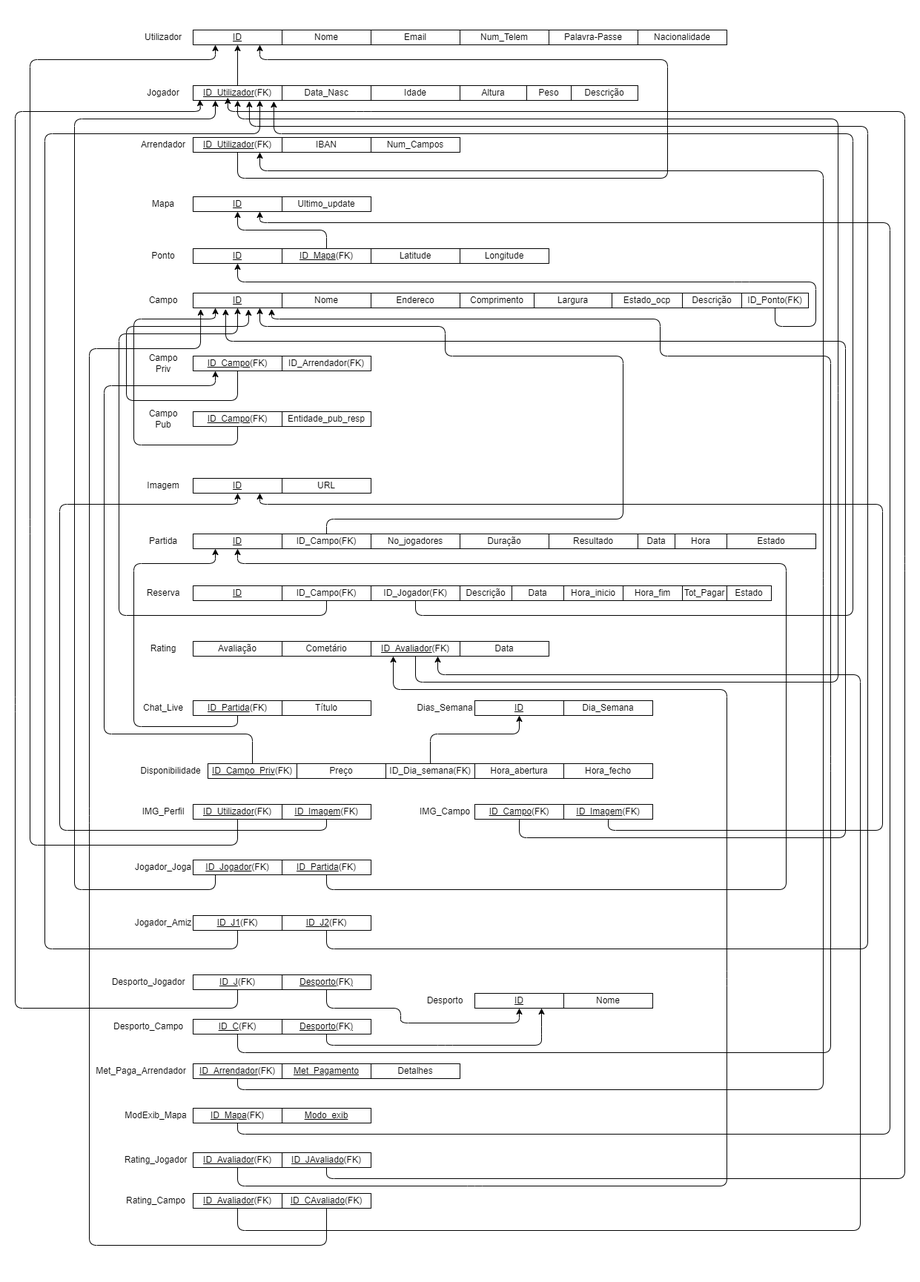
Above: DOC/ER_SL.png in Paul-Y5/Projeto_SPORTSLINK-BD (draw.io), before the change. Source tidied: cells renumbered, new cells last; positions are measured from the earlier drawing's top-left corner, leaving out a move shared by most shapes.
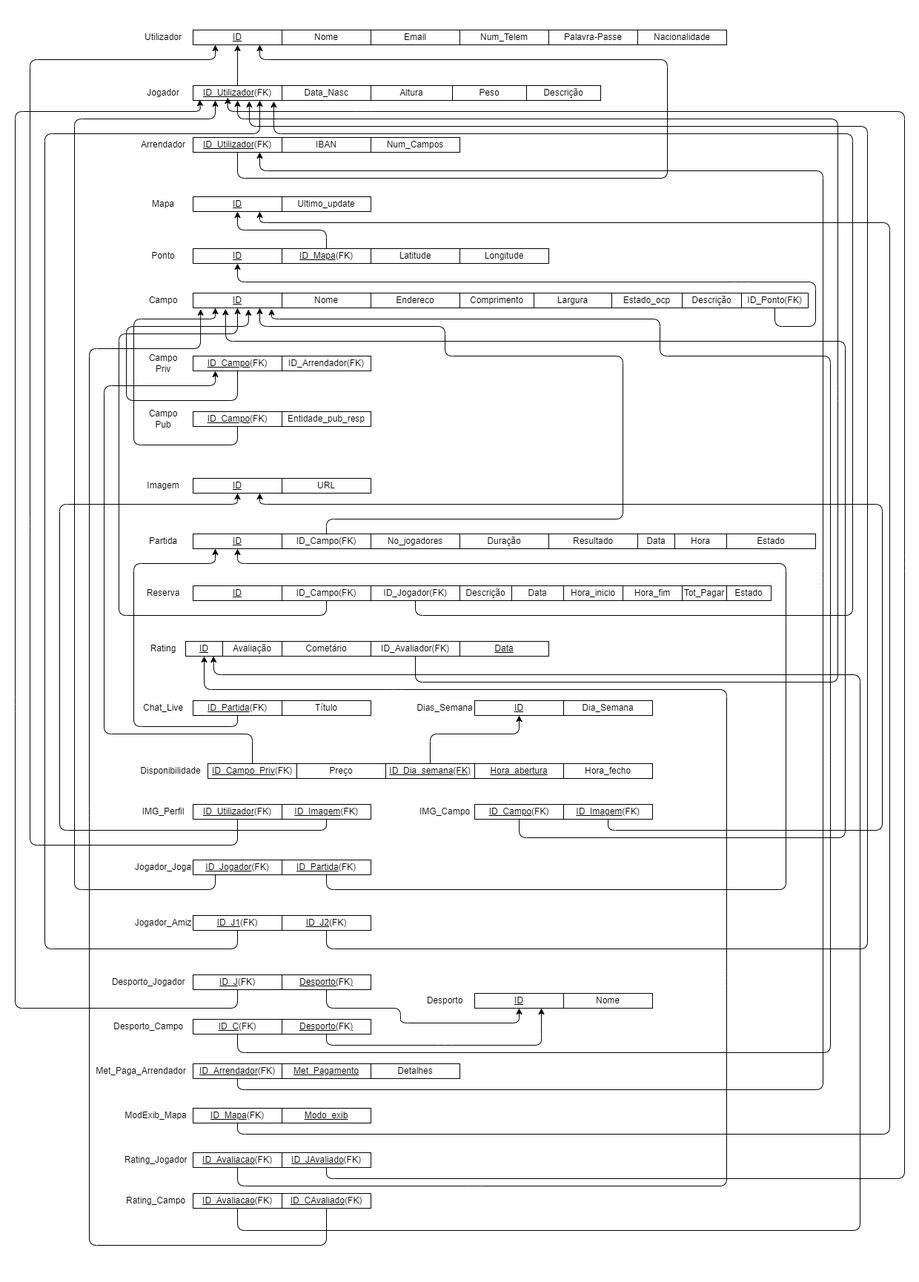
The same diagram one commit later.

The edit, as a diff of the source:
```diff
@@ -32,11 +32,8 @@
     <mxCell id="11" value="&lt;u&gt;ID_Utilizador&lt;/u&gt;(FK)" style="rounded=0;whiteSpace=wrap;html=1;" parent="1" vertex="1">
       <mxGeometry x="260" y="115" width="120" height="20" as="geometry" />
     </mxCell>
-    <mxCell id="12" value="Idade" style="rounded=0;whiteSpace=wrap;html=1;" parent="1" vertex="1">
-      <mxGeometry x="500" y="115" width="120" height="20" as="geometry" />
-    </mxCell>
     <mxCell id="13" value="Descrição" style="rounded=0;whiteSpace=wrap;html=1;" parent="1" vertex="1">
-      <mxGeometry x="770" y="115" width="90" height="20" as="geometry" />
+      <mxGeometry x="710" y="115" width="100" height="20" as="geometry" />
     </mxCell>
     <mxCell id="14" value="Jogador" style="text;html=1;align=center;verticalAlign=middle;whiteSpace=wrap;rounded=0;" parent="1" vertex="1">
       <mxGeometry x="190" y="110" width="60" height="30" as="geometry" />
@@ -177,14 +174,14 @@
     <mxCell id="47" value="Data" style="rounded=0;whiteSpace=wrap;html=1;" parent="1" vertex="1">
       <mxGeometry x="690" y="790" width="70" height="20" as="geometry" />
     </mxCell>
-    <mxCell id="48" value="Hora_abertura" style="rounded=0;whiteSpace=wrap;html=1;" parent="1" vertex="1">
+    <mxCell id="48" value="&lt;u&gt;Hora_abertura&lt;/u&gt;" style="rounded=0;whiteSpace=wrap;html=1;" parent="1" vertex="1">
       <mxGeometry x="640" y="1030" width="120" height="20" as="geometry" />
     </mxCell>
     <mxCell id="49" value="Reserva" style="text;html=1;align=center;verticalAlign=middle;whiteSpace=wrap;rounded=0;" parent="1" vertex="1">
       <mxGeometry x="190" y="785" width="60" height="30" as="geometry" />
     </mxCell>
     <mxCell id="50" value="Avaliação" style="rounded=0;whiteSpace=wrap;html=1;" parent="1" vertex="1">
-      <mxGeometry x="260" y="865" width="120" height="20" as="geometry" />
+      <mxGeometry x="300" y="865" width="80" height="20" as="geometry" />
     </mxCell>
     <mxCell id="51" value="Cometário" style="rounded=0;whiteSpace=wrap;html=1;" parent="1" vertex="1">
       <mxGeometry x="380" y="865" width="120" height="20" as="geometry" />
@@ -470,10 +467,10 @@
         </Array>
       </mxGeometry>
     </mxCell>
-    <mxCell id="110" value="&lt;u&gt;ID_Avaliador&lt;/u&gt;(FK)" style="rounded=0;whiteSpace=wrap;html=1;" parent="1" vertex="1">
+    <mxCell id="110" value="ID_Avaliador(FK)" style="rounded=0;whiteSpace=wrap;html=1;" parent="1" vertex="1">
       <mxGeometry x="500" y="865" width="120" height="20" as="geometry" />
     </mxCell>
-    <mxCell id="111" style="edgeStyle=none;html=1;exitX=0.5;exitY=1;exitDx=0;exitDy=0;entryX=0.25;entryY=1;entryDx=0;entryDy=0;" parent="1" edge="1" source="112" target="110">
+    <mxCell id="111" style="edgeStyle=none;html=1;exitX=0.5;exitY=1;exitDx=0;exitDy=0;entryX=0.5;entryY=1;entryDx=0;entryDy=0;" parent="1" edge="1" source="112" target="151">
       <mxGeometry relative="1" as="geometry">
         <Array as="points">
           <mxPoint x="320" y="1600" />
@@ -482,10 +479,11 @@
           <mxPoint x="980" y="1320" />
           <mxPoint x="980" y="930" />
           <mxPoint x="530" y="930" />
+          <mxPoint x="275" y="930" />
         </Array>
       </mxGeometry>
     </mxCell>
-    <mxCell id="112" value="&lt;u&gt;ID_Avaliador&lt;/u&gt;(FK)" style="rounded=0;whiteSpace=wrap;html=1;" parent="1" vertex="1">
+    <mxCell id="112" value="&lt;u&gt;ID_Avaliacao&lt;/u&gt;(FK)" style="rounded=0;whiteSpace=wrap;html=1;" parent="1" vertex="1">
       <mxGeometry x="260" y="1555" width="120" height="20" as="geometry" />
     </mxCell>
     <mxCell id="113" value="&lt;u&gt;ID_JAvaliado&lt;/u&gt;(FK)" style="rounded=0;whiteSpace=wrap;html=1;" parent="1" vertex="1">
@@ -494,17 +492,17 @@
     <mxCell id="114" value="Rating_Jogador" style="text;html=1;align=center;verticalAlign=middle;whiteSpace=wrap;rounded=0;" parent="1" vertex="1">
       <mxGeometry x="180" y="1550" width="60" height="30" as="geometry" />
     </mxCell>
-    <mxCell id="115" style="edgeStyle=none;html=1;exitX=0.5;exitY=1;exitDx=0;exitDy=0;entryX=0.75;entryY=1;entryDx=0;entryDy=0;" parent="1" edge="1" source="116" target="110">
+    <mxCell id="115" style="edgeStyle=none;html=1;exitX=0.5;exitY=1;exitDx=0;exitDy=0;entryX=0.75;entryY=1;entryDx=0;entryDy=0;" parent="1" edge="1" source="116" target="151">
       <mxGeometry relative="1" as="geometry">
         <Array as="points">
           <mxPoint x="320" y="1660" />
           <mxPoint x="1160" y="1660" />
           <mxPoint x="1160" y="910" />
-          <mxPoint x="590" y="910" />
+          <mxPoint x="288" y="910" />
         </Array>
       </mxGeometry>
     </mxCell>
-    <mxCell id="116" value="&lt;u&gt;ID_Avaliador&lt;/u&gt;(FK)" style="rounded=0;whiteSpace=wrap;html=1;" parent="1" vertex="1">
+    <mxCell id="116" value="&lt;u&gt;ID_Avaliacao&lt;/u&gt;(FK)" style="rounded=0;whiteSpace=wrap;html=1;" parent="1" vertex="1">
       <mxGeometry x="260" y="1610" width="120" height="20" as="geometry" />
     </mxCell>
     <mxCell id="117" style="edgeStyle=none;html=1;exitX=0.5;exitY=1;exitDx=0;exitDy=0;entryX=0.085;entryY=1.087;entryDx=0;entryDy=0;entryPerimeter=0;" parent="1" edge="1" source="118" target="71">
@@ -614,7 +612,7 @@
     <mxCell id="133" value="Largura" style="rounded=0;whiteSpace=wrap;html=1;" parent="1" vertex="1">
       <mxGeometry x="720" y="395" width="105" height="20" as="geometry" />
     </mxCell>
-    <mxCell id="134" value="Data" style="rounded=0;whiteSpace=wrap;html=1;" parent="1" vertex="1">
+    <mxCell id="134" value="&lt;u&gt;Data&lt;/u&gt;" style="rounded=0;whiteSpace=wrap;html=1;" parent="1" vertex="1">
       <mxGeometry x="620" y="865" width="120" height="20" as="geometry" />
     </mxCell>
     <mxCell id="135" style="edgeStyle=none;html=1;exitX=0.5;exitY=0;exitDx=0;exitDy=0;entryX=0.5;entryY=1;entryDx=0;entryDy=0;" parent="1" edge="1" source="136" target="137">
@@ -625,7 +623,7 @@
         </Array>
       </mxGeometry>
     </mxCell>
-    <mxCell id="136" value="ID_Dia_semana(FK)" style="rounded=0;whiteSpace=wrap;html=1;" parent="1" vertex="1">
+    <mxCell id="136" value="&lt;u&gt;ID_Dia_semana(FK)&lt;/u&gt;" style="rounded=0;whiteSpace=wrap;html=1;" parent="1" vertex="1">
       <mxGeometry x="520" y="1030" width="120" height="20" as="geometry" />
     </mxCell>
     <mxCell id="137" value="&lt;u&gt;ID&lt;/u&gt;" style="rounded=0;whiteSpace=wrap;html=1;" parent="1" vertex="1">
@@ -650,10 +648,10 @@
       <mxGeometry x="380" y="115" width="120" height="20" as="geometry" />
     </mxCell>
     <mxCell id="144" value="Altura" style="rounded=0;whiteSpace=wrap;html=1;" parent="1" vertex="1">
-      <mxGeometry x="620" y="115" width="90" height="20" as="geometry" />
+      <mxGeometry x="500" y="115" width="110" height="20" as="geometry" />
     </mxCell>
     <mxCell id="145" value="Peso" style="rounded=0;whiteSpace=wrap;html=1;" parent="1" vertex="1">
-      <mxGeometry x="710" y="115" width="60" height="20" as="geometry" />
+      <mxGeometry x="610" y="115" width="100" height="20" as="geometry" />
     </mxCell>
     <mxCell id="146" value="URL" style="rounded=0;whiteSpace=wrap;html=1;" parent="1" vertex="1">
       <mxGeometry x="380" y="645" width="120" height="20" as="geometry" />
@@ -670,5 +668,8 @@
     <mxCell id="150" value="Detalhes" style="rounded=0;whiteSpace=wrap;html=1;" parent="1" vertex="1">
       <mxGeometry x="500" y="1435" width="120" height="20" as="geometry" />
     </mxCell>
+    <mxCell id="151" value="&lt;u&gt;ID&lt;/u&gt;" style="rounded=0;whiteSpace=wrap;html=1;" parent="1" vertex="1">
+      <mxGeometry x="250" y="865" width="50" height="20" as="geometry" />
+    </mxCell>
   </root>
 </mxGraphModel>
```
